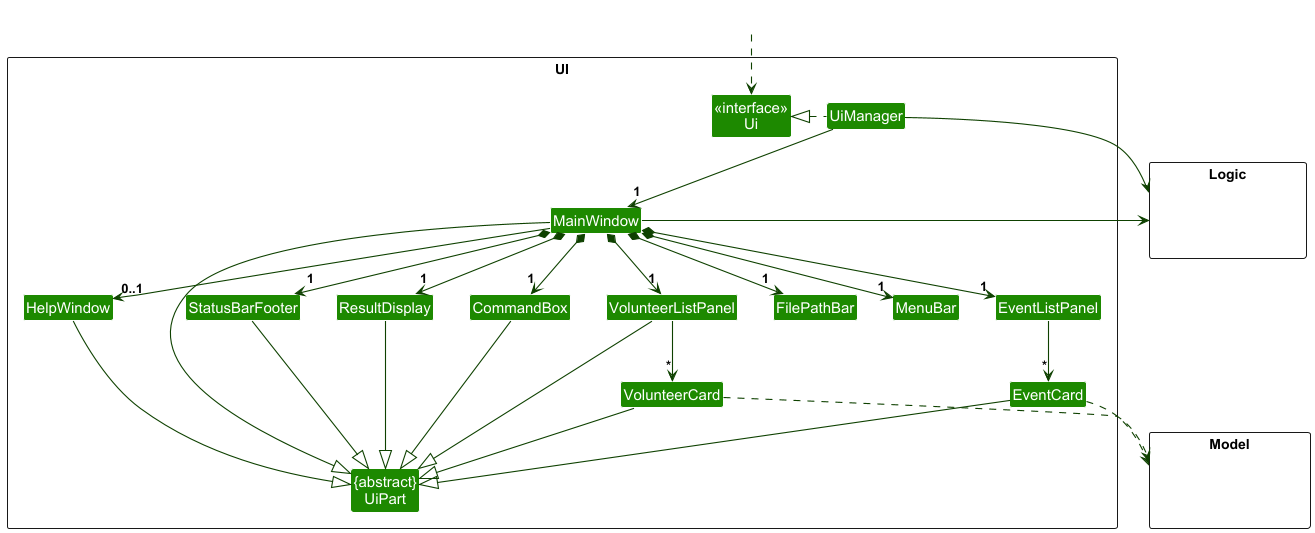
Before: docs/images/UiClassDiagram.png, a diagram exported from PlantUML (nus-cs2103-AY2425S1/tp).
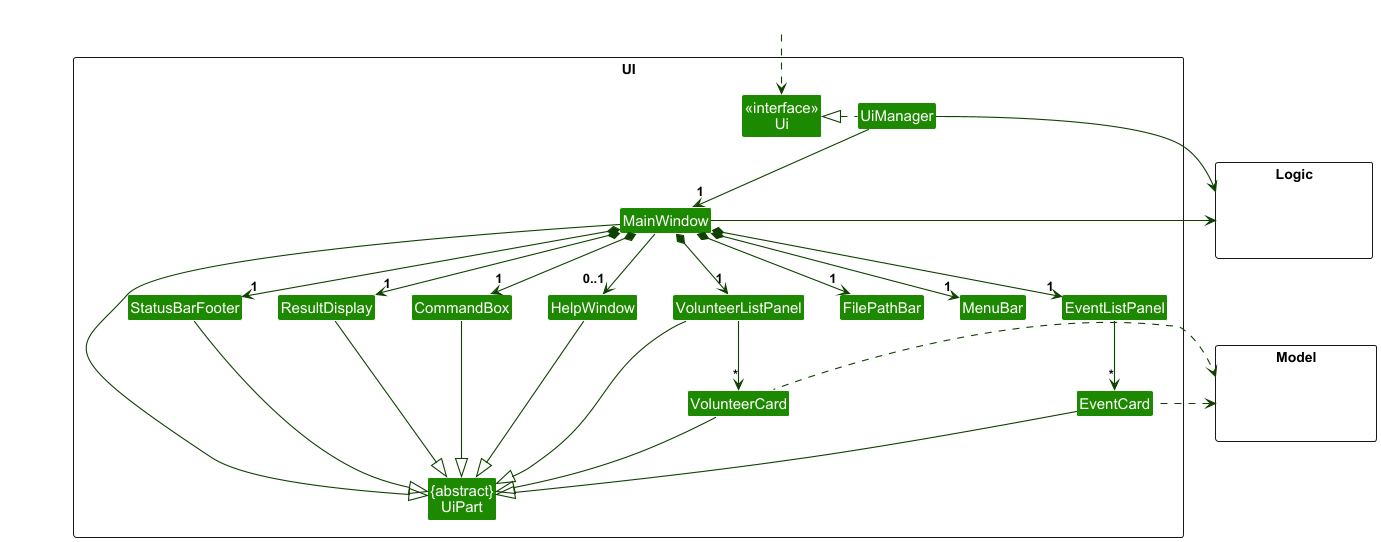
After the commit.

The edit, as a diff of the source:
```diff
@@ -56,8 +56,8 @@
 StatusBarFooter --|> UiPart
 HelpWindow --|> UiPart
 
-VolunteerCard ..> Model
-EventCard ..> Model
+VolunteerCard .left.> Model
+EventCard .left.> Model
 UiManager -right-> Logic
 MainWindow -left-> Logic
 
```
